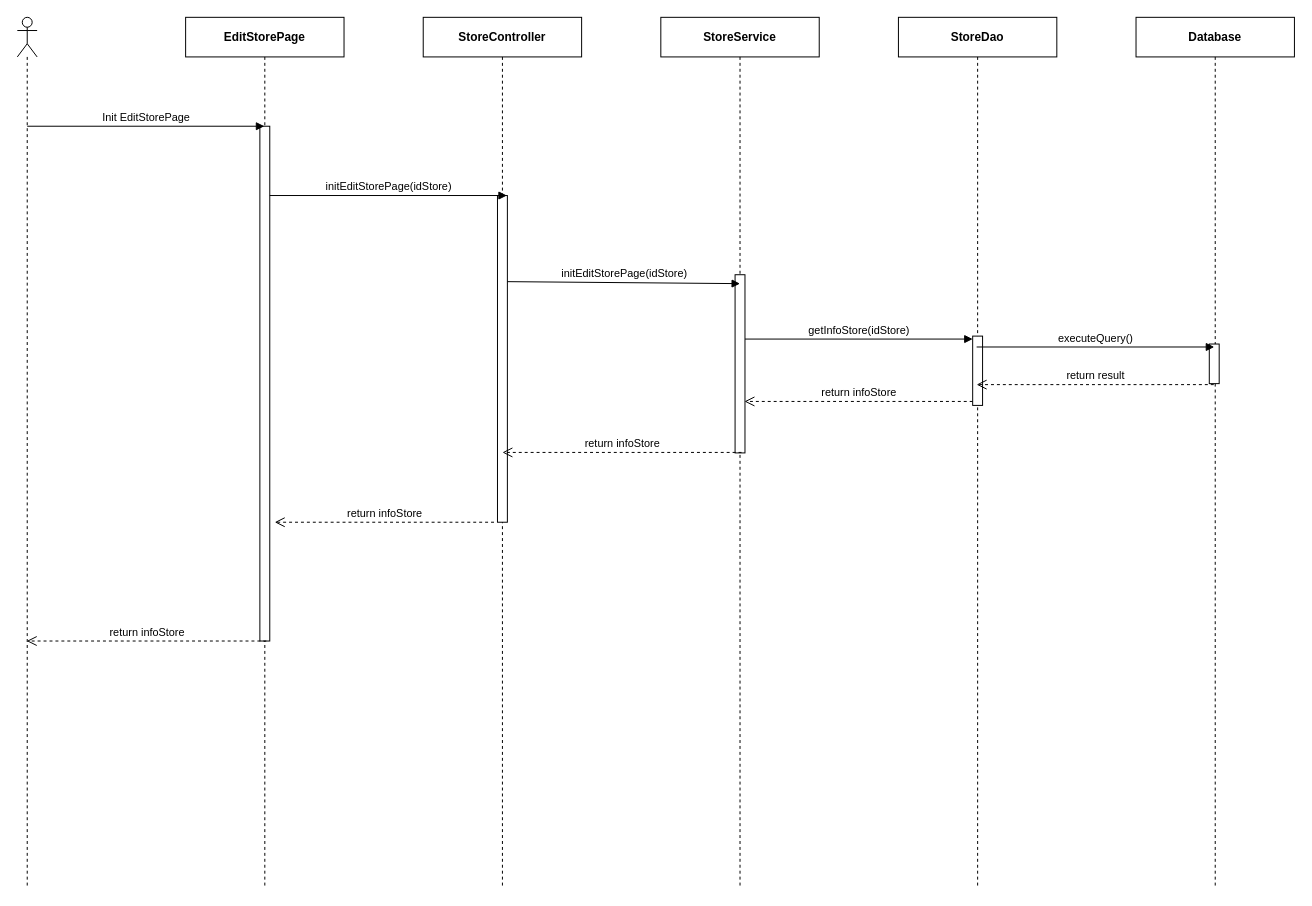
The draw.io diagram page "Ev01" (1 of 2) of 0. Create/Sequece/sc01/SC0103_EditStore.drawio in luannmdev/CapstoneDocument, before the edit. Source tidied: cells renumbered, new cells numbered last; positions are measured from the earlier drawing's top-left corner, leaving out a move shared by most shapes. Both pictures are drawn from the tidied source at 99%, with x=0, y=0 at pixel (17, 17).
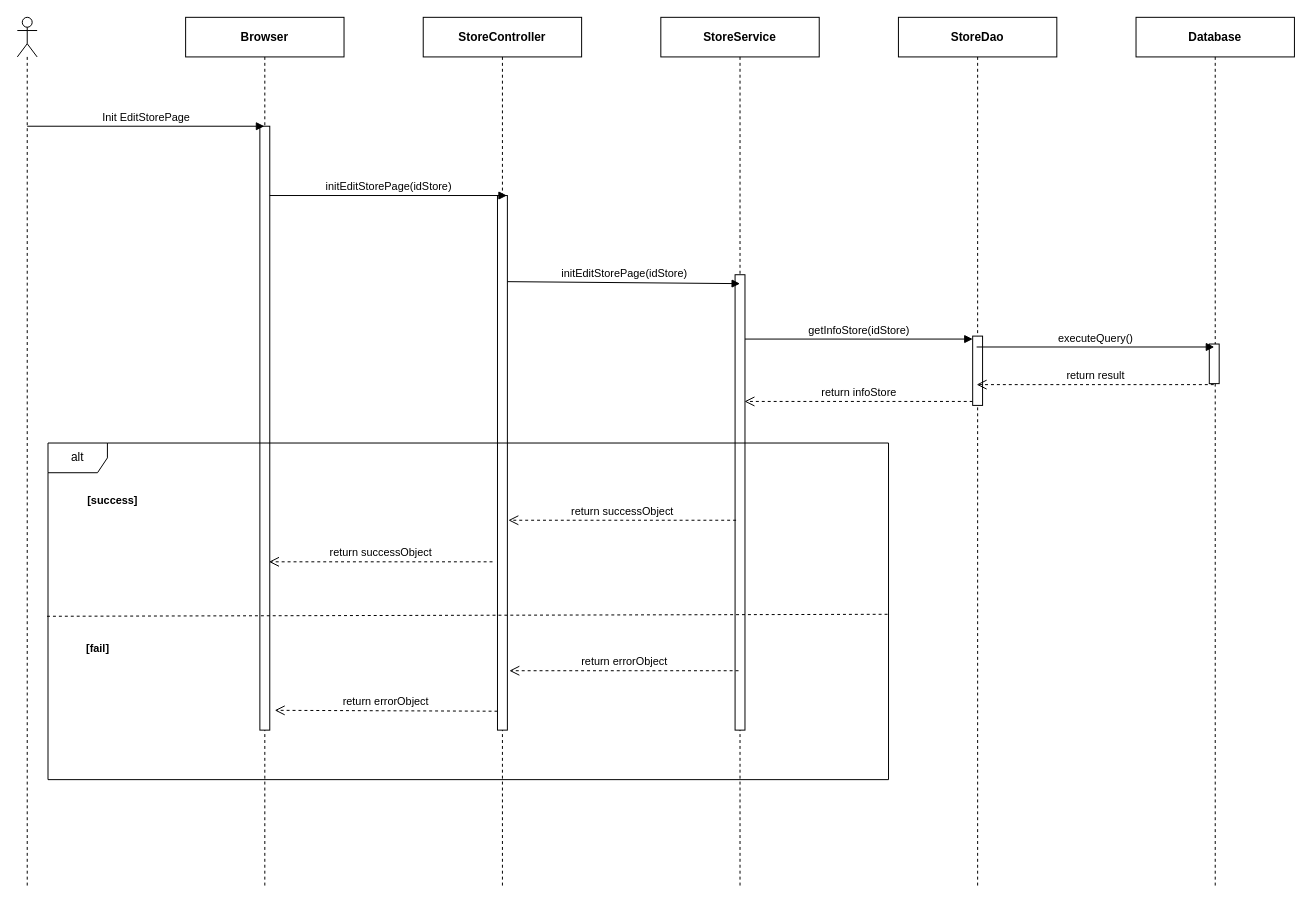
The same diagram, later.

The change refers to these unchanged cells:
```xml
<mxCell id="2" style="shape=umlLifeline;participant=umlActor;perimeter=lifelinePerimeter;whiteSpace=wrap;html=1;verticalAlign=top;spacingTop=36;outlineConnect=0;" parent="1" vertex="1">
  <mxGeometry width="20" height="880" as="geometry" />
</mxCell>
<mxCell id="9" value="&lt;b&gt;StoreService&lt;/b&gt;" style="shape=umlLifeline;perimeter=lifelinePerimeter;whiteSpace=wrap;html=1;" parent="1" vertex="1">
  <mxGeometry x="650" width="160" height="880" as="geometry" />
</mxCell>
<mxCell id="11" value="&lt;b&gt;StoreController&lt;/b&gt;" style="shape=umlLifeline;perimeter=lifelinePerimeter;whiteSpace=wrap;html=1;" parent="1" vertex="1">
  <mxGeometry x="410" width="160" height="880" as="geometry" />
</mxCell>
```

The edit, as a diff of the source:
```diff
@@
-    <mxCell id="3" value="&lt;b&gt;EditStorePage&lt;/b&gt;" style="shape=umlLifeline;perimeter=lifelinePerimeter;whiteSpace=wrap;html=1;outlineConnect=0;" parent="1" vertex="1">
+    <mxCell id="3" value="&lt;b&gt;Browser&lt;/b&gt;" style="shape=umlLifeline;perimeter=lifelinePerimeter;whiteSpace=wrap;html=1;outlineConnect=0;" parent="1" vertex="1">
       <mxGeometry x="170" width="160" height="880" as="geometry" />
     </mxCell>
     <mxCell id="4" style="html=1;perimeter=orthogonalPerimeter;" parent="3" vertex="1">
-      <mxGeometry x="75" y="110" width="10" height="520" as="geometry" />
+      <mxGeometry x="75" y="110" width="10" height="610" as="geometry" />
     </mxCell>
@@
     <mxCell id="10" style="html=1;perimeter=orthogonalPerimeter;" parent="9" vertex="1">
-      <mxGeometry x="75" y="260" width="10" height="180" as="geometry" />
+      <mxGeometry x="75" y="260" width="10" height="460" as="geometry" />
     </mxCell>
@@
     <mxCell id="12" style="html=1;perimeter=orthogonalPerimeter;" parent="11" vertex="1">
-      <mxGeometry x="75" y="180" width="10" height="330" as="geometry" />
+      <mxGeometry x="75" y="180" width="10" height="540" as="geometry" />
     </mxCell>
@@
-    <mxCell id="16" value="return infoStore" style="html=1;verticalAlign=bottom;endArrow=open;dashed=1;endSize=8;" parent="1" edge="1">
-      <mxGeometry relative="1" as="geometry">
-        <mxPoint x="731.5" y="439.5" as="sourcePoint" />
-        <mxPoint x="490" y="439.5" as="targetPoint" />
-      </mxGeometry>
-    </mxCell>
@@
-    <mxCell id="21" value="return infoStore" style="html=1;verticalAlign=bottom;endArrow=open;dashed=1;endSize=8;" parent="1" edge="1">
-      <mxGeometry relative="1" as="geometry">
-        <mxPoint x="481.5" y="510" as="sourcePoint" />
-        <mxPoint x="260" y="510" as="targetPoint" />
-      </mxGeometry>
-    </mxCell>
-    <mxCell id="22" value="return infoStore" style="html=1;verticalAlign=bottom;endArrow=open;dashed=1;endSize=8;" parent="1" edge="1" target="2">
-      <mxGeometry relative="1" as="geometry">
-        <mxPoint x="251.5" y="630" as="sourcePoint" />
-      </mxGeometry>
-    </mxCell>
+    <mxCell id="23" value="alt" style="shape=umlFrame;whiteSpace=wrap;html=1;" parent="1" vertex="1">
+      <mxGeometry x="31" y="430" width="849" height="340" as="geometry" />
+    </mxCell>
+    <mxCell id="24" value="return successObject" style="html=1;verticalAlign=bottom;endArrow=open;dashed=1;endSize=8;" parent="1" edge="1">
+      <mxGeometry relative="1" as="geometry">
+        <mxPoint x="726" y="508" as="sourcePoint" />
+        <mxPoint x="496" y="508" as="targetPoint" />
+      </mxGeometry>
+    </mxCell>
+    <mxCell id="25" value="return successObject" style="html=1;verticalAlign=bottom;endArrow=open;dashed=1;endSize=8;" parent="1" edge="1">
+      <mxGeometry relative="1" as="geometry">
+        <mxPoint x="480" y="550" as="sourcePoint" />
+        <mxPoint x="254.2" y="550" as="targetPoint" />
+      </mxGeometry>
+    </mxCell>
+    <mxCell id="26" style="endArrow=none;dashed=1;html=1;exitX=-0.001;exitY=0.303;exitDx=0;exitDy=0;exitPerimeter=0;" parent="1" edge="1">
+      <mxGeometry relative="1" as="geometry">
+        <mxPoint x="30" y="605" as="sourcePoint" />
+        <mxPoint x="880" y="603" as="targetPoint" />
+      </mxGeometry>
+    </mxCell>
+    <mxCell id="27" value="&lt;span style=&quot;font-size: 11px ; background-color: rgb(255 , 255 , 255)&quot;&gt;&lt;b&gt;[success]&lt;/b&gt;&lt;/span&gt;" style="text;html=1;align=center;verticalAlign=middle;" parent="1" vertex="1">
+      <mxGeometry x="61" y="478" width="70" height="20" as="geometry" />
+    </mxCell>
+    <mxCell id="28" value="&lt;span style=&quot;font-size: 11px ; background-color: rgb(255 , 255 , 255)&quot;&gt;&lt;b&gt;[fail]&lt;/b&gt;&lt;/span&gt;" style="text;html=1;align=center;verticalAlign=middle;" parent="1" vertex="1">
+      <mxGeometry x="61" y="628" width="40" height="20" as="geometry" />
+    </mxCell>
+    <mxCell id="29" value="return errorObject" style="html=1;verticalAlign=bottom;endArrow=open;dashed=1;endSize=8;" parent="1" edge="1">
+      <mxGeometry relative="1" as="geometry">
+        <mxPoint x="728.5" y="660" as="sourcePoint" />
+        <mxPoint x="497" y="660" as="targetPoint" />
+      </mxGeometry>
+    </mxCell>
+    <mxCell id="30" value="return errorObject" style="html=1;verticalAlign=bottom;endArrow=open;dashed=1;endSize=8;exitX=0;exitY=0.93;exitDx=0;exitDy=0;exitPerimeter=0;" parent="1" edge="1">
+      <mxGeometry relative="1" as="geometry">
+        <mxPoint x="485" y="700.9" as="sourcePoint" />
+        <mxPoint x="260" y="700" as="targetPoint" />
+      </mxGeometry>
+    </mxCell>
```
